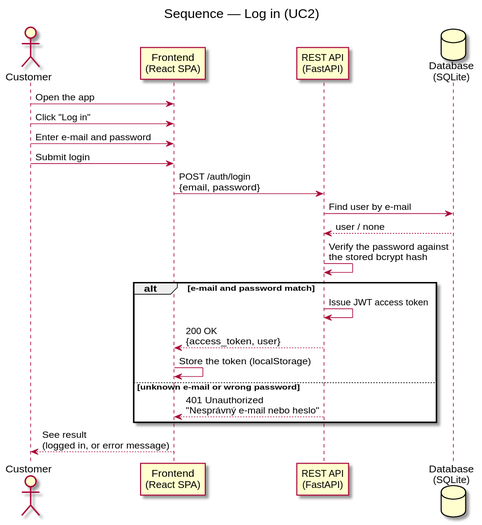
The PlantUML diagram docs/diagrams/sequence-login.svg in DavidMagyarics/CarRentalVSB, before a commit. The source it was exported from:
```plantuml
@startuml sequence-login
skinparam backgroundColor white
title Sequence — Log in (UC2)

actor Customer
participant "Frontend\n(React SPA)" as FE
participant "REST API\n(FastAPI)" as API
database "Database\n(SQLite)" as DB

Customer -> FE: Open the app
Customer -> FE: Click "Log in"
Customer -> FE: Enter e-mail and password
Customer -> FE: Submit login
FE -> API: POST /auth/login\n{email, password}
API -> DB: Find user by e-mail
DB --> API: user / none
API -> API: Verify the password against\nthe stored bcrypt hash

alt e-mail and password match
  API -> API: Issue JWT access token
  API --> FE: 200 OK\n{access_token, user}
  FE -> FE: Store the token (localStorage)
else unknown e-mail or wrong password
  API --> FE: 401 Unauthorized\n"Nesprávný e-mail nebo heslo"
end

FE --> Customer: See result\n(logged in, or error message)
@enduml
```
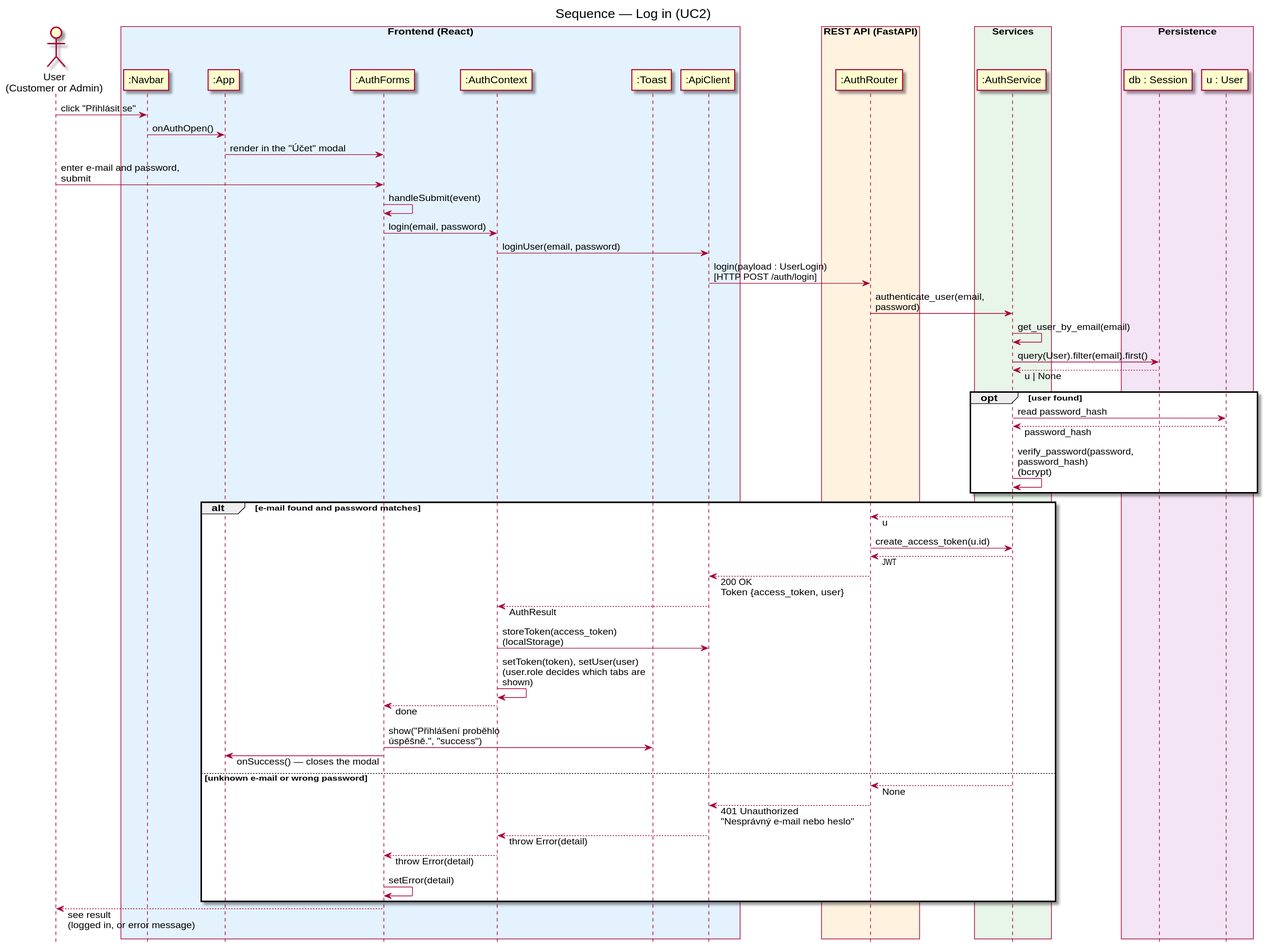
After the change.

Change to the diagram source:
```diff
@@ -1,28 +1,66 @@
 @startuml sequence-login
 skinparam backgroundColor white
+skinparam responseMessageBelowArrow true
+skinparam maxMessageSize 220
+hide footbox
 title Sequence — Log in (UC2)
 
-actor Customer
-participant "Frontend\n(React SPA)" as FE
-participant "REST API\n(FastAPI)" as API
-database "Database\n(SQLite)" as DB
+actor "User\n(Customer or Admin)" as User
+box "Frontend (React)" #E3F2FD
+  participant ":Navbar" as Navbar
+  participant ":App" as App
+  participant ":AuthForms" as AuthForms
+  participant ":AuthContext" as AuthContext
+  participant ":Toast" as Toast
+  participant ":ApiClient" as ApiClient
+end box
+box "REST API (FastAPI)" #FFF3E0
+  participant ":AuthRouter" as AuthRouter
+end box
+box "Services" #E8F5E9
+  participant ":AuthService" as AuthService
+end box
+box "Persistence" #F3E5F5
+  participant "db : Session" as DB
+  participant "u : User" as U
+end box
 
-Customer -> FE: Open the app
-Customer -> FE: Click "Log in"
-Customer -> FE: Enter e-mail and password
-Customer -> FE: Submit login
-FE -> API: POST /auth/login\n{email, password}
-API -> DB: Find user by e-mail
-DB --> API: user / none
-API -> API: Verify the password against\nthe stored bcrypt hash
-
-alt e-mail and password match
-  API -> API: Issue JWT access token
-  API --> FE: 200 OK\n{access_token, user}
-  FE -> FE: Store the token (localStorage)
-else unknown e-mail or wrong password
-  API --> FE: 401 Unauthorized\n"Nesprávný e-mail nebo heslo"
+User -> Navbar : click "Přihlásit se"
+Navbar -> App : onAuthOpen()
+App -> AuthForms : render in the "Účet" modal
+User -> AuthForms : enter e-mail and password, submit
+AuthForms -> AuthForms : handleSubmit(event)
+AuthForms -> AuthContext : login(email, password)
+AuthContext -> ApiClient : loginUser(email, password)
+ApiClient -> AuthRouter : login(payload : UserLogin)\n[HTTP POST /auth/login]
+AuthRouter -> AuthService : authenticate_user(email, password)
+AuthService -> AuthService : get_user_by_email(email)
+AuthService -> DB : query(User).filter(email).first()
+DB --> AuthService : u | None
+opt user found
+  AuthService -> U : read password_hash
+  U --> AuthService : password_hash
+  AuthService -> AuthService : verify_password(password, password_hash)\n(bcrypt)
 end
 
-FE --> Customer: See result\n(logged in, or error message)
+alt e-mail found and password matches
+  AuthService --> AuthRouter : u
+  AuthRouter -> AuthService : create_access_token(u.id)
+  AuthService --> AuthRouter : JWT
+  AuthRouter --> ApiClient : 200 OK\nToken {access_token, user}
+  ApiClient --> AuthContext : AuthResult
+  AuthContext -> ApiClient : storeToken(access_token)\n(localStorage)
+  AuthContext -> AuthContext : setToken(token), setUser(user)\n(user.role decides which tabs are shown)
+  AuthContext --> AuthForms : done
+  AuthForms -> Toast : show("Přihlášení proběhlo úspěšně.", "success")
+  AuthForms -> App : onSuccess() — closes the modal
+else unknown e-mail or wrong password
+  AuthService --> AuthRouter : None
+  AuthRouter --> ApiClient : 401 Unauthorized\n"Nesprávný e-mail nebo heslo"
+  ApiClient --> AuthContext : throw Error(detail)
+  AuthContext --> AuthForms : throw Error(detail)
+  AuthForms -> AuthForms : setError(detail)
+end
+
+AuthForms --> User : see result\n(logged in, or error message)
 @enduml
```
